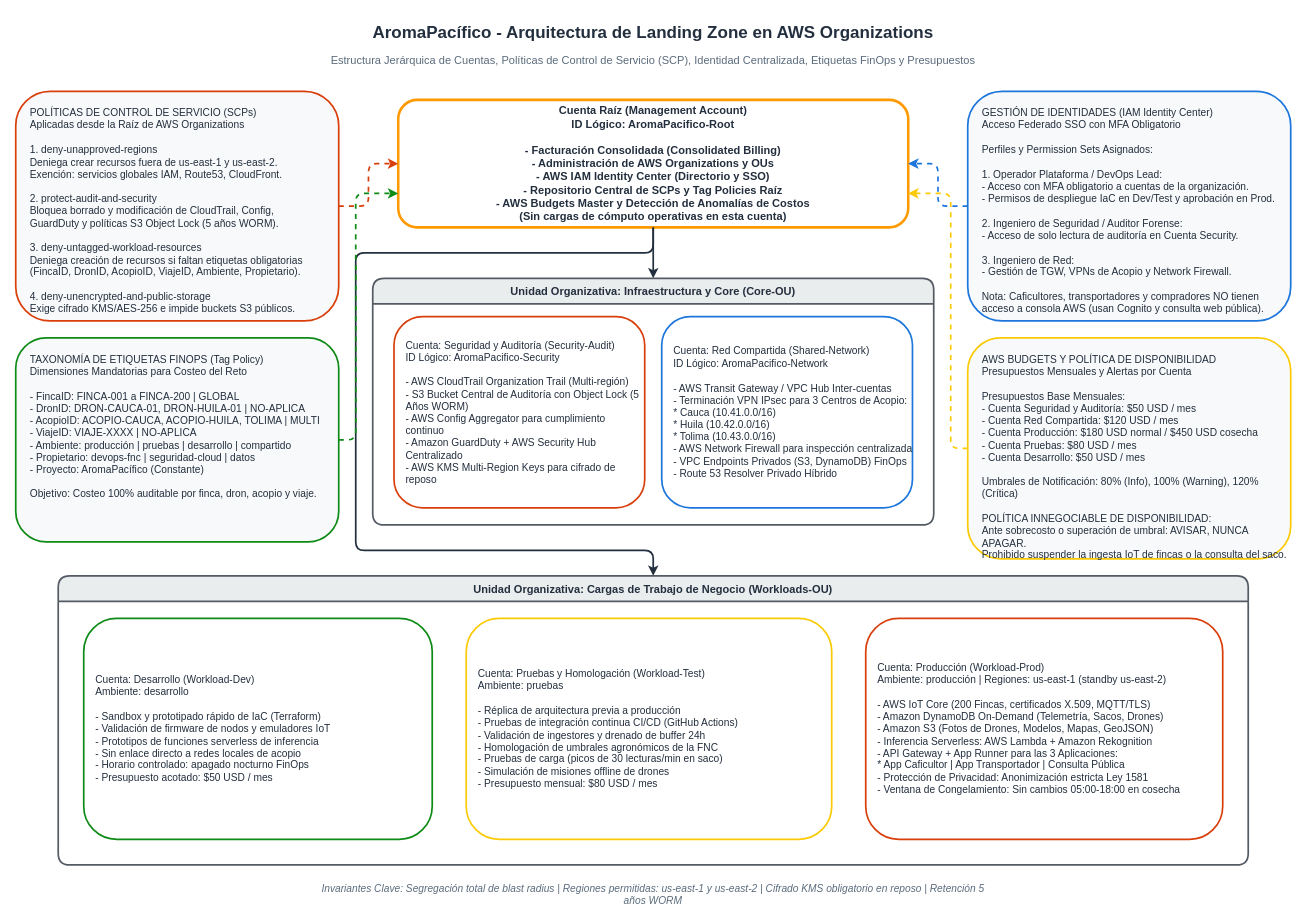
aromapacifico-platform/planning keeps this draw.io diagram as docs/architecture/diagrams/gobierno-landing-zone.drawio. Above is the earlier version. Source tidied: cells renumbered, new cells numbered last; positions are measured from the earlier drawing's top-left corner, leaving out a move shared by most shapes. Both pictures are drawn from the tidied source at 85%, with x=0, y=0 at pixel (15, 14).
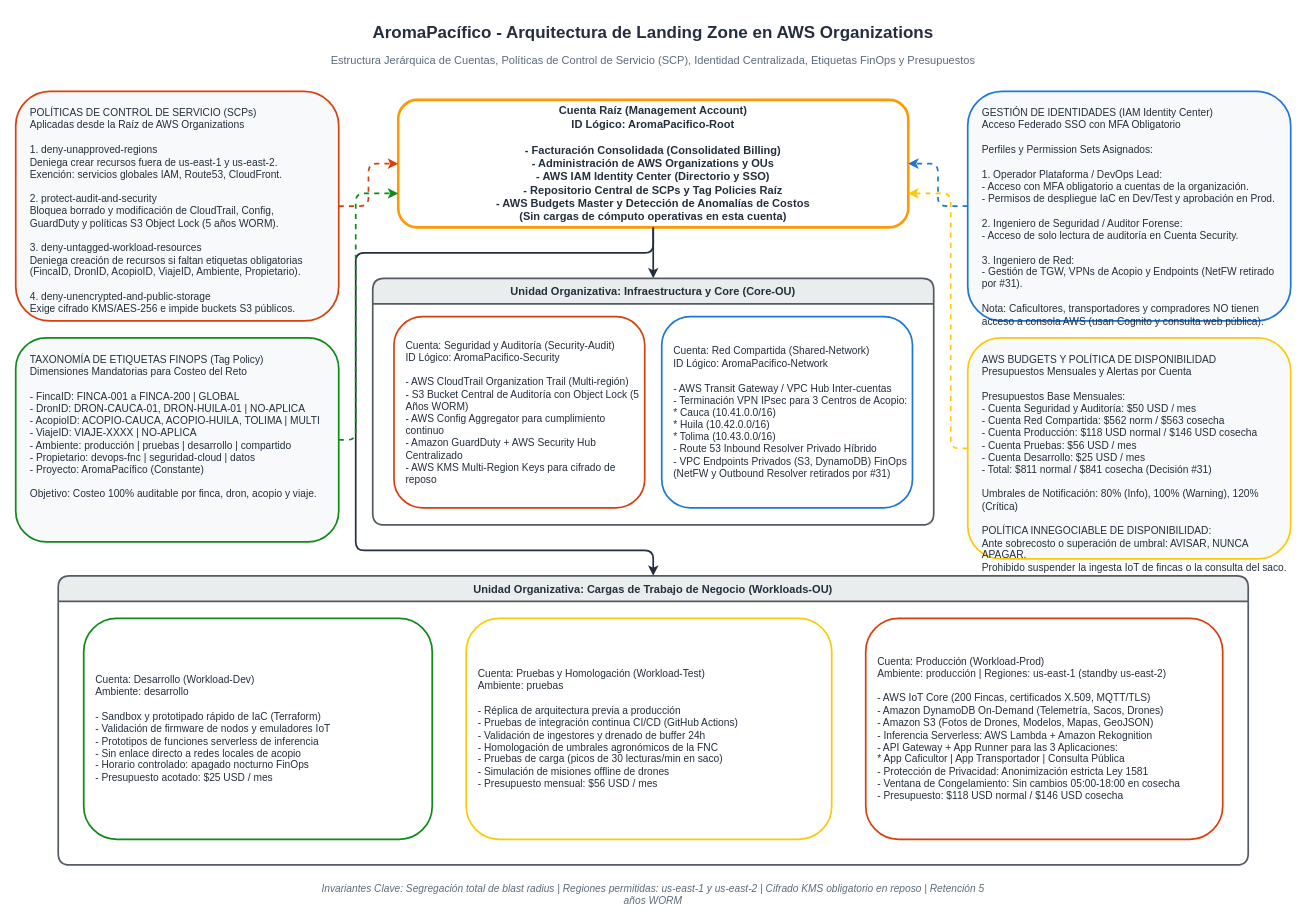
The same diagram, later.

Unchanged cells that the change refers to:
```xml
<mxCell id="9" value="Unidad Organizativa: Infraestructura y Core (Core-OU)" style="swimlane;startSize=30;horizontal=1;fillColor=#EAEDED;strokeColor=#545B64;strokeWidth=2;rounded=1;fontSize=13;fontStyle=1;fontColor=#232F3E;" parent="1" vertex="1">
  <mxGeometry x="420" y="310" width="660" height="290" as="geometry" />
</mxCell>
<mxCell id="12" value="Unidad Organizativa: Cargas de Trabajo de Negocio (Workloads-OU)" style="swimlane;startSize=30;horizontal=1;fillColor=#EAEDED;strokeColor=#545B64;strokeWidth=2;rounded=1;fontSize=13;fontStyle=1;fontColor=#232F3E;" parent="1" vertex="1">
  <mxGeometry x="50" y="660" width="1400" height="340" as="geometry" />
</mxCell>
```

Change to the diagram source:
```diff
@@
-    <mxCell id="6" value="GESTIÓN DE IDENTIDADES (IAM Identity Center)&#10;Acceso Federado SSO con MFA Obligatorio&#10;&#10;Perfiles y Permission Sets Asignados:&#10;&#10;1. Operador Plataforma / DevOps Lead:&#10;   - Acceso con MFA obligatorio a cuentas de la organización.&#10;   - Permisos de despliegue IaC en Dev/Test y aprobación en Prod.&#10;&#10;2. Ingeniero de Seguridad / Auditor Forense:&#10;   - Acceso de solo lectura de auditoría en Cuenta Security.&#10;&#10;3. Ingeniero de Red:&#10;   - Gestión de TGW, VPNs de Acopio y Network Firewall.&#10;&#10;Nota: Caficultores, transportadores y compradores NO tienen&#10;acceso a consola AWS (usan Cognito y consulta web pública)." style="rounded=1;whiteSpace=wrap;html=1;fillColor=#F8F9FA;strokeColor=#1D76DB;strokeWidth=2;align=left;verticalAlign=top;spacingLeft=15;spacingTop=12;fontSize=12;fontColor=#232F3E;" parent="1" vertex="1">
+    <mxCell id="6" value="GESTIÓN DE IDENTIDADES (IAM Identity Center)&#10;Acceso Federado SSO con MFA Obligatorio&#10;&#10;Perfiles y Permission Sets Asignados:&#10;&#10;1. Operador Plataforma / DevOps Lead:&#10;   - Acceso con MFA obligatorio a cuentas de la organización.&#10;   - Permisos de despliegue IaC en Dev/Test y aprobación en Prod.&#10;&#10;2. Ingeniero de Seguridad / Auditor Forense:&#10;   - Acceso de solo lectura de auditoría en Cuenta Security.&#10;&#10;3. Ingeniero de Red:&#10;   - Gestión de TGW, VPNs de Acopio y Endpoints (NetFW retirado por #31).&#10;&#10;Nota: Caficultores, transportadores y compradores NO tienen&#10;acceso a consola AWS (usan Cognito y consulta web pública)." style="rounded=1;whiteSpace=wrap;html=1;fillColor=#F8F9FA;strokeColor=#1D76DB;strokeWidth=2;align=left;verticalAlign=top;spacingLeft=15;spacingTop=12;fontSize=12;fontColor=#232F3E;" parent="1" vertex="1">
       <mxGeometry x="1120" y="90" width="380" height="270" as="geometry" />
     </mxCell>
-    <mxCell id="7" value="AWS BUDGETS Y POLÍTICA DE DISPONIBILIDAD&#10;Presupuestos Mensuales y Alertas por Cuenta&#10;&#10;Presupuestos Base Mensuales:&#10;- Cuenta Seguridad y Auditoría: $50 USD / mes&#10;- Cuenta Red Compartida: $120 USD / mes&#10;- Cuenta Producción: $180 USD normal / $450 USD cosecha&#10;- Cuenta Pruebas: $80 USD / mes&#10;- Cuenta Desarrollo: $50 USD / mes&#10;&#10;Umbrales de Notificación: 80% (Info), 100% (Warning), 120% (Crítica)&#10;&#10;POLÍTICA INNEGOCIABLE DE DISPONIBILIDAD:&#10;Ante sobrecosto o superación de umbral: AVISAR, NUNCA APAGAR.&#10;Prohibido suspender la ingesta IoT de fincas o la consulta del saco." style="rounded=1;whiteSpace=wrap;html=1;fillColor=#F8F9FA;strokeColor=#FBCA04;strokeWidth=2;align=left;verticalAlign=top;spacingLeft=15;spacingTop=12;fontSize=12;fontColor=#232F3E;" parent="1" vertex="1">
+    <mxCell id="7" value="AWS BUDGETS Y POLÍTICA DE DISPONIBILIDAD&#10;Presupuestos Mensuales y Alertas por Cuenta&#10;&#10;Presupuestos Base Mensuales:&#10;- Cuenta Seguridad y Auditoría: $50 USD / mes&#10;- Cuenta Red Compartida: $562 norm / $563 cosecha&#10;- Cuenta Producción: $118 USD normal / $146 USD cosecha&#10;- Cuenta Pruebas: $56 USD / mes&#10;- Cuenta Desarrollo: $25 USD / mes&#10;- Total: $811 normal / $841 cosecha (Decisión #31)&#10;&#10;Umbrales de Notificación: 80% (Info), 100% (Warning), 120% (Crítica)&#10;&#10;POLÍTICA INNEGOCIABLE DE DISPONIBILIDAD:&#10;Ante sobrecosto o superación de umbral: AVISAR, NUNCA APAGAR.&#10;Prohibido suspender la ingesta IoT de fincas o la consulta del saco." style="rounded=1;whiteSpace=wrap;html=1;fillColor=#F8F9FA;strokeColor=#FBCA04;strokeWidth=2;align=left;verticalAlign=top;spacingLeft=15;spacingTop=12;fontSize=12;fontColor=#232F3E;" parent="1" vertex="1">
       <mxGeometry x="1120" y="380" width="380" height="260" as="geometry" />
     </mxCell>
@@
-    <mxCell id="11" value="Cuenta: Red Compartida (Shared-Network)&#10;ID Lógico: AromaPacifico-Network&#10;&#10;- AWS Transit Gateway / VPC Hub Inter-cuentas&#10;- Terminación VPN IPsec para 3 Centros de Acopio:&#10;  * Cauca (10.41.0.0/16)&#10;  * Huila (10.42.0.0/16)&#10;  * Tolima (10.43.0.0/16)&#10;- AWS Network Firewall para inspección centralizada&#10;- VPC Endpoints Privados (S3, DynamoDB) FinOps&#10;- Route 53 Resolver Privado Híbrido" style="rounded=1;whiteSpace=wrap;html=1;fillColor=#FFFFFF;strokeColor=#1D76DB;strokeWidth=2;fontSize=12;align=left;spacingLeft=12;fontColor=#232F3E;" parent="9" vertex="1">
+    <mxCell id="11" value="Cuenta: Red Compartida (Shared-Network)&#10;ID Lógico: AromaPacifico-Network&#10;&#10;- AWS Transit Gateway / VPC Hub Inter-cuentas&#10;- Terminación VPN IPsec para 3 Centros de Acopio:&#10;  * Cauca (10.41.0.0/16)&#10;  * Huila (10.42.0.0/16)&#10;  * Tolima (10.43.0.0/16)&#10;- Route 53 Inbound Resolver Privado Híbrido&#10;- VPC Endpoints Privados (S3, DynamoDB) FinOps&#10;(NetFW y Outbound Resolver retirados por #31)" style="rounded=1;whiteSpace=wrap;html=1;fillColor=#FFFFFF;strokeColor=#1D76DB;strokeWidth=2;fontSize=12;align=left;spacingLeft=12;fontColor=#232F3E;" parent="9" vertex="1">
       <mxGeometry x="340" y="45" width="295" height="225" as="geometry" />
     </mxCell>
@@
-    <mxCell id="13" value="Cuenta: Desarrollo (Workload-Dev)&#10;Ambiente: desarrollo&#10;&#10;- Sandbox y prototipado rápido de IaC (Terraform)&#10;- Validación de firmware de nodos y emuladores IoT&#10;- Prototipos de funciones serverless de inferencia&#10;- Sin enlace directo a redes locales de acopio&#10;- Horario controlado: apagado nocturno FinOps&#10;- Presupuesto acotado: $50 USD / mes" style="rounded=1;whiteSpace=wrap;html=1;fillColor=#FFFFFF;strokeColor=#0E8A16;strokeWidth=2;fontSize=12;align=left;spacingLeft=12;fontColor=#232F3E;" parent="12" vertex="1">
+    <mxCell id="13" value="Cuenta: Desarrollo (Workload-Dev)&#10;Ambiente: desarrollo&#10;&#10;- Sandbox y prototipado rápido de IaC (Terraform)&#10;- Validación de firmware de nodos y emuladores IoT&#10;- Prototipos de funciones serverless de inferencia&#10;- Sin enlace directo a redes locales de acopio&#10;- Horario controlado: apagado nocturno FinOps&#10;- Presupuesto acotado: $25 USD / mes" style="rounded=1;whiteSpace=wrap;html=1;fillColor=#FFFFFF;strokeColor=#0E8A16;strokeWidth=2;fontSize=12;align=left;spacingLeft=12;fontColor=#232F3E;" parent="12" vertex="1">
       <mxGeometry x="30" y="50" width="410" height="260" as="geometry" />
     </mxCell>
-    <mxCell id="14" value="Cuenta: Pruebas y Homologación (Workload-Test)&#10;Ambiente: pruebas&#10;&#10;- Réplica de arquitectura previa a producción&#10;- Pruebas de integración continua CI/CD (GitHub Actions)&#10;- Validación de ingestores y drenado de buffer 24h&#10;- Homologación de umbrales agronómicos de la FNC&#10;- Pruebas de carga (picos de 30 lecturas/min en saco)&#10;- Simulación de misiones offline de drones&#10;- Presupuesto mensual: $80 USD / mes" style="rounded=1;whiteSpace=wrap;html=1;fillColor=#FFFFFF;strokeColor=#FBCA04;strokeWidth=2;fontSize=12;align=left;spacingLeft=12;fontColor=#232F3E;" parent="12" vertex="1">
+    <mxCell id="14" value="Cuenta: Pruebas y Homologación (Workload-Test)&#10;Ambiente: pruebas&#10;&#10;- Réplica de arquitectura previa a producción&#10;- Pruebas de integración continua CI/CD (GitHub Actions)&#10;- Validación de ingestores y drenado de buffer 24h&#10;- Homologación de umbrales agronómicos de la FNC&#10;- Pruebas de carga (picos de 30 lecturas/min en saco)&#10;- Simulación de misiones offline de drones&#10;- Presupuesto mensual: $56 USD / mes" style="rounded=1;whiteSpace=wrap;html=1;fillColor=#FFFFFF;strokeColor=#FBCA04;strokeWidth=2;fontSize=12;align=left;spacingLeft=12;fontColor=#232F3E;" parent="12" vertex="1">
       <mxGeometry x="480" y="50" width="430" height="260" as="geometry" />
     </mxCell>
-    <mxCell id="15" value="Cuenta: Producción (Workload-Prod)&#10;Ambiente: producción | Regiones: us-east-1 (standby us-east-2)&#10;&#10;- AWS IoT Core (200 Fincas, certificados X.509, MQTT/TLS)&#10;- Amazon DynamoDB On-Demand (Telemetría, Sacos, Drones)&#10;- Amazon S3 (Fotos de Drones, Modelos, Mapas, GeoJSON)&#10;- Inferencia Serverless: AWS Lambda + Amazon Rekognition&#10;- API Gateway + App Runner para las 3 Aplicaciones:&#10;  * App Caficultor | App Transportador | Consulta Pública&#10;- Protección de Privacidad: Anonimización estricta Ley 1581&#10;- Ventana de Congelamiento: Sin cambios 05:00-18:00 en cosecha" style="rounded=1;whiteSpace=wrap;html=1;fillColor=#FFFFFF;strokeColor=#D93F0B;strokeWidth=2;fontSize=12;align=left;spacingLeft=12;fontColor=#232F3E;" parent="12" vertex="1">
+    <mxCell id="15" value="Cuenta: Producción (Workload-Prod)&#10;Ambiente: producción | Regiones: us-east-1 (standby us-east-2)&#10;&#10;- AWS IoT Core (200 Fincas, certificados X.509, MQTT/TLS)&#10;- Amazon DynamoDB On-Demand (Telemetría, Sacos, Drones)&#10;- Amazon S3 (Fotos de Drones, Modelos, Mapas, GeoJSON)&#10;- Inferencia Serverless: AWS Lambda + Amazon Rekognition&#10;- API Gateway + App Runner para las 3 Aplicaciones:&#10;  * App Caficultor | App Transportador | Consulta Pública&#10;- Protección de Privacidad: Anonimización estricta Ley 1581&#10;- Ventana de Congelamiento: Sin cambios 05:00-18:00 en cosecha&#10;- Presupuesto: $118 USD normal / $146 USD cosecha" style="rounded=1;whiteSpace=wrap;html=1;fillColor=#FFFFFF;strokeColor=#D93F0B;strokeWidth=2;fontSize=12;align=left;spacingLeft=12;fontColor=#232F3E;" parent="12" vertex="1">
       <mxGeometry x="950" y="50" width="420" height="260" as="geometry" />
     </mxCell>
```
